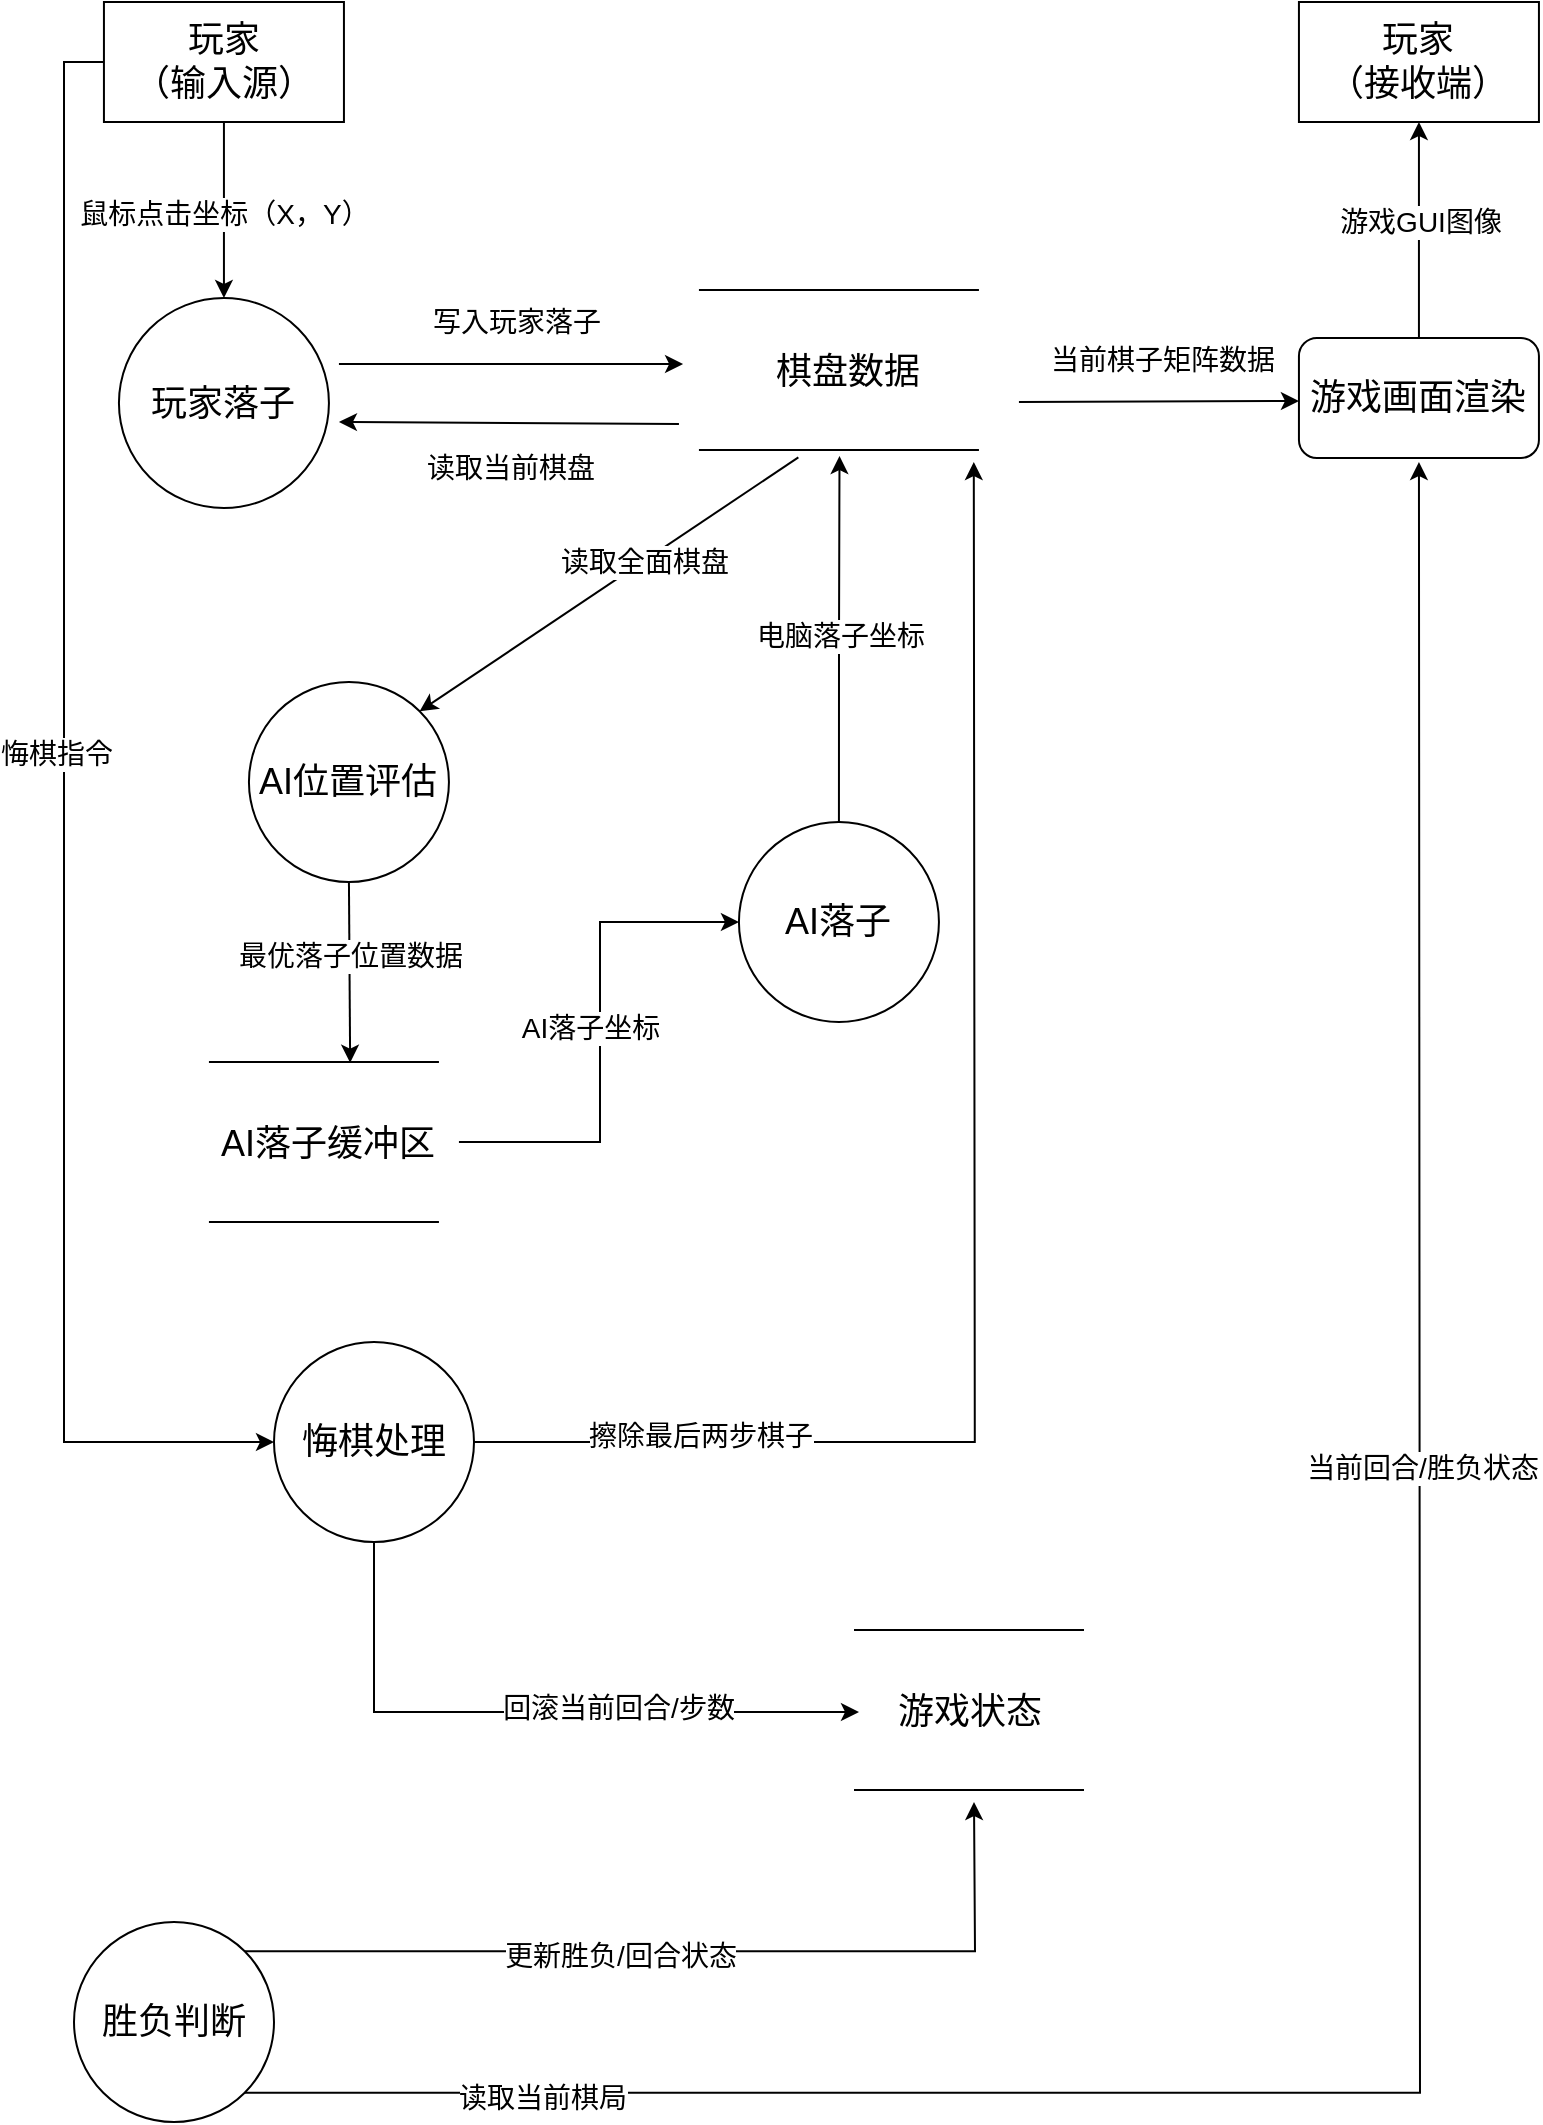
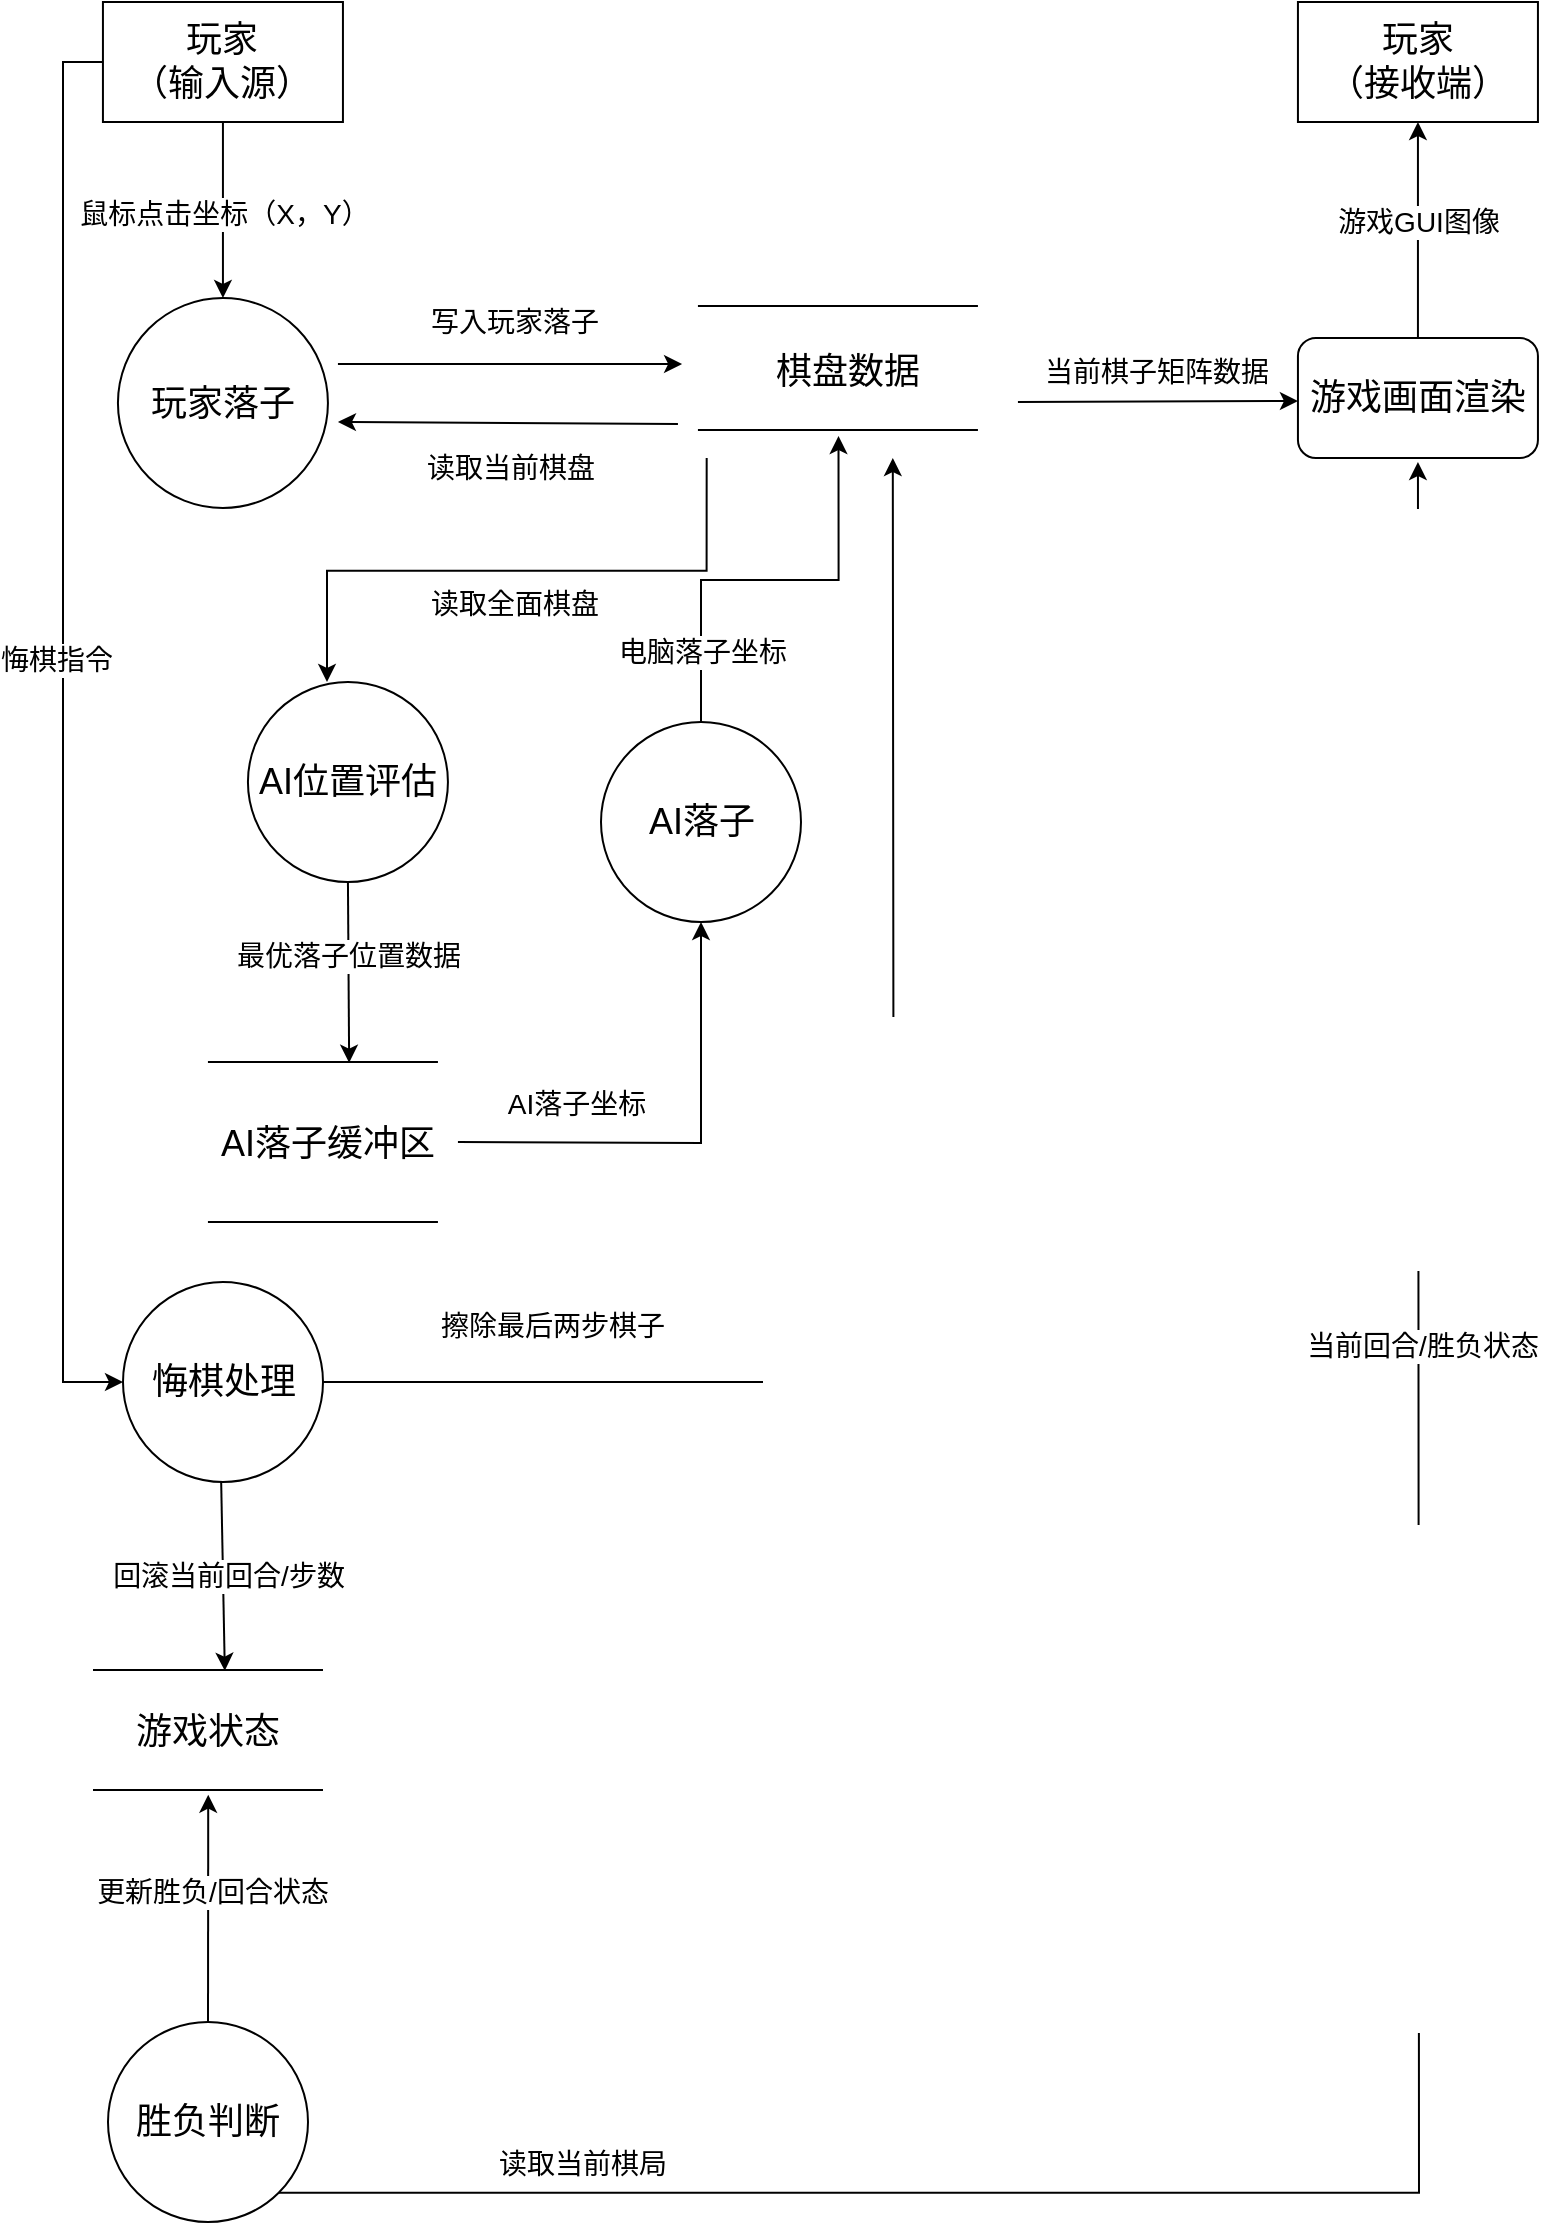
<mxfile host="app.diagrams.net">
  <diagram name="Page-1" id="hryGj0KzSXnJhMcqTr9-">
    <mxGraphModel dx="1201" dy="825" grid="1" gridSize="10" guides="1" tooltips="1" connect="1" arrows="1" fold="1" page="1" pageScale="1" pageWidth="827" pageHeight="1169" math="0" shadow="0">
      <root>
        <mxCell id="0" />
        <mxCell id="1" parent="0" />
        <mxCell id="fDHwApNMCYBN-XmplwMt-11" edge="1" parent="1" source="fDHwApNMCYBN-XmplwMt-3" style="edgeStyle=orthogonalEdgeStyle;rounded=0;orthogonalLoop=1;jettySize=auto;html=1;exitX=0.5;exitY=1;exitDx=0;exitDy=0;entryX=0.5;entryY=0;entryDx=0;entryDy=0;" target="SoA14i47H3jGXmkj97EN-22">
          <mxGeometry relative="1" as="geometry">
-             <mxPoint x="92.47" y="250" as="targetPoint" />
+             <mxPoint x="93.97" y="200" as="targetPoint" />
          </mxGeometry>
        </mxCell>
        <mxCell id="fDHwApNMCYBN-XmplwMt-12" connectable="0" parent="fDHwApNMCYBN-XmplwMt-11" style="edgeLabel;html=1;align=center;verticalAlign=middle;resizable=0;points=[];" value="&lt;font style=&quot;font-size: 14px;&quot;&gt;鼠标点击坐标（X，Y）&lt;/font&gt;" vertex="1">
          <mxGeometry relative="1" x="0.0364" as="geometry">
            <mxPoint as="offset" />
          </mxGeometry>
        </mxCell>
        <mxCell id="SoA14i47H3jGXmkj97EN-53" edge="1" parent="1" source="fDHwApNMCYBN-XmplwMt-3" style="edgeStyle=orthogonalEdgeStyle;rounded=0;orthogonalLoop=1;jettySize=auto;html=1;exitX=0;exitY=0.5;exitDx=0;exitDy=0;entryX=0;entryY=0.5;entryDx=0;entryDy=0;" target="SoA14i47H3jGXmkj97EN-41">
          <mxGeometry relative="1" as="geometry" />
        </mxCell>
        <mxCell id="SoA14i47H3jGXmkj97EN-54" connectable="0" parent="SoA14i47H3jGXmkj97EN-53" style="edgeLabel;html=1;align=center;verticalAlign=middle;resizable=0;points=[];" value="&lt;font style=&quot;font-size: 14px;&quot;&gt;悔棋指令&lt;/font&gt;" vertex="1">
          <mxGeometry relative="1" x="-0.1018" y="-4" as="geometry">
            <mxPoint as="offset" />
          </mxGeometry>
        </mxCell>
        <mxCell id="fDHwApNMCYBN-XmplwMt-3" parent="1" style="rounded=0;whiteSpace=wrap;html=1;" value="&lt;font style=&quot;font-size: 18px;&quot;&gt;玩家&lt;/font&gt;&lt;div&gt;&lt;font style=&quot;font-size: 18px;&quot;&gt;（输入源）&lt;/font&gt;&lt;/div&gt;" vertex="1">
-           <mxGeometry height="60" width="120" x="64.97" y="80" as="geometry" />
+           <mxGeometry height="60" width="120" x="66.47" y="30" as="geometry" />
        </mxCell>
        <mxCell id="SoA14i47H3jGXmkj97EN-37" edge="1" parent="1" source="fDHwApNMCYBN-XmplwMt-9" style="edgeStyle=orthogonalEdgeStyle;rounded=0;orthogonalLoop=1;jettySize=auto;html=1;exitX=0.5;exitY=0;exitDx=0;exitDy=0;entryX=0.5;entryY=1;entryDx=0;entryDy=0;" target="fDHwApNMCYBN-XmplwMt-10">
          <mxGeometry relative="1" as="geometry" />
        </mxCell>
        <mxCell id="SoA14i47H3jGXmkj97EN-38" connectable="0" parent="SoA14i47H3jGXmkj97EN-37" style="edgeLabel;html=1;align=center;verticalAlign=middle;resizable=0;points=[];" value="&lt;font style=&quot;font-size: 14px;&quot;&gt;游戏GUI图像&lt;/font&gt;" vertex="1">
          <mxGeometry relative="1" x="0.0741" as="geometry">
            <mxPoint as="offset" />
          </mxGeometry>
        </mxCell>
        <mxCell id="fDHwApNMCYBN-XmplwMt-9" parent="1" style="rounded=1;whiteSpace=wrap;html=1;" value="&lt;font style=&quot;font-size: 18px;&quot;&gt;游戏画面渲染&lt;/font&gt;" vertex="1">
-           <mxGeometry height="60" width="120" x="662.47" y="248" as="geometry" />
+           <mxGeometry height="60" width="120" x="663.97" y="198" as="geometry" />
        </mxCell>
        <mxCell id="fDHwApNMCYBN-XmplwMt-10" parent="1" style="rounded=0;whiteSpace=wrap;html=1;" value="&lt;span style=&quot;font-size: 18px;&quot;&gt;玩家&lt;/span&gt;&lt;div&gt;&lt;span style=&quot;font-size: 18px;&quot;&gt;（接收端）&lt;/span&gt;&lt;/div&gt;" vertex="1">
-           <mxGeometry height="60" width="120" x="662.47" y="80" as="geometry" />
+           <mxGeometry height="60" width="120" x="663.97" y="30" as="geometry" />
        </mxCell>
        <mxCell id="SoA14i47H3jGXmkj97EN-10" edge="1" parent="1" style="endArrow=classic;html=1;rounded=0;entryX=0.013;entryY=0.14;entryDx=0;entryDy=0;entryPerimeter=0;" value="">
          <mxGeometry height="50" relative="1" width="50" as="geometry">
-             <mxPoint x="182.47" y="261" as="sourcePoint" />
-             <mxPoint x="354.537" y="261" as="targetPoint" />
+             <mxPoint x="183.97" y="211" as="sourcePoint" />
+             <mxPoint x="356.037" y="211" as="targetPoint" />
          </mxGeometry>
        </mxCell>
        <mxCell id="SoA14i47H3jGXmkj97EN-11" connectable="0" parent="SoA14i47H3jGXmkj97EN-10" style="edgeLabel;html=1;align=center;verticalAlign=middle;resizable=0;points=[];" value="&lt;font style=&quot;font-size: 14px;&quot;&gt;写入玩家落子&lt;/font&gt;" vertex="1">
          <mxGeometry relative="1" x="0.0202" y="1" as="geometry">
            <mxPoint y="-20" as="offset" />
          </mxGeometry>
        </mxCell>
        <mxCell id="SoA14i47H3jGXmkj97EN-12" edge="1" parent="1" style="endArrow=classic;html=1;rounded=0;exitX=0.925;exitY=0;exitDx=0;exitDy=0;exitPerimeter=0;" value="">
          <mxGeometry height="50" relative="1" width="50" as="geometry">
-             <mxPoint x="352.46999999999997" y="291" as="sourcePoint" />
-             <mxPoint x="182.47" y="290" as="targetPoint" />
+             <mxPoint x="353.96999999999997" y="241" as="sourcePoint" />
+             <mxPoint x="183.97" y="240" as="targetPoint" />
          </mxGeometry>
        </mxCell>
        <mxCell id="SoA14i47H3jGXmkj97EN-13" connectable="0" parent="SoA14i47H3jGXmkj97EN-12" style="edgeLabel;html=1;align=center;verticalAlign=middle;resizable=0;points=[];" value="&lt;font style=&quot;font-size: 14px;&quot;&gt;读取当前棋盘&lt;/font&gt;&lt;div&gt;&lt;font style=&quot;font-size: 14px;&quot;&gt;&lt;br&gt;&lt;/font&gt;&lt;/div&gt;" vertex="1">
          <mxGeometry relative="1" x="0.0202" y="1" as="geometry">
            <mxPoint x="2" y="29" as="offset" />
          </mxGeometry>
        </mxCell>
-         <mxCell id="SoA14i47H3jGXmkj97EN-14" edge="1" parent="1" source="SoA14i47H3jGXmkj97EN-28" style="endArrow=classic;html=1;rounded=0;entryX=1;entryY=0;entryDx=0;entryDy=0;exitX=0.355;exitY=0.958;exitDx=0;exitDy=0;exitPerimeter=0;" target="SoA14i47H3jGXmkj97EN-23" value="">
-           <mxGeometry height="50" relative="1" width="50" as="geometry">
-             <mxPoint x="350.40299999999996" y="332" as="sourcePoint" />
-             <mxPoint x="92.47" y="410" as="targetPoint" />
+         <mxCell id="SoA14i47H3jGXmkj97EN-14" edge="1" parent="1" style="endArrow=classic;html=1;rounded=0;exitX=0.355;exitY=0.958;exitDx=0;exitDy=0;exitPerimeter=0;edgeStyle=orthogonalEdgeStyle;" value="">
+           <mxGeometry height="50" relative="1" width="50" as="geometry">
+             <Array as="points">
+               <mxPoint x="368.17" y="314.34" />
+               <mxPoint x="179.17000000000002" y="314.34" />
+             </Array>
+             <mxPoint x="368.3400000000001" y="258.00399999999996" as="sourcePoint" />
+             <mxPoint x="178.5" y="370" as="targetPoint" />
          </mxGeometry>
        </mxCell>
        <mxCell id="SoA14i47H3jGXmkj97EN-15" connectable="0" parent="SoA14i47H3jGXmkj97EN-14" style="edgeLabel;html=1;align=center;verticalAlign=middle;resizable=0;points=[];" value="&lt;font style=&quot;font-size: 14px;&quot;&gt;读取全面棋盘&lt;/font&gt;" vertex="1">
          <mxGeometry relative="1" x="-0.1782" as="geometry">
-             <mxPoint as="offset" />
+             <mxPoint x="-29" y="16" as="offset" />
          </mxGeometry>
        </mxCell>
        <mxCell id="SoA14i47H3jGXmkj97EN-16" edge="1" parent="1" style="endArrow=classic;html=1;rounded=0;entryX=0.013;entryY=0.14;entryDx=0;entryDy=0;entryPerimeter=0;" value="">
          <mxGeometry height="50" relative="1" width="50" as="geometry">
-             <mxPoint x="522.47" y="280" as="sourcePoint" />
-             <mxPoint x="662.4670000000001" y="279.5" as="targetPoint" />
+             <mxPoint x="523.97" y="230" as="sourcePoint" />
+             <mxPoint x="663.9670000000001" y="229.5" as="targetPoint" />
          </mxGeometry>
        </mxCell>
        <mxCell id="SoA14i47H3jGXmkj97EN-17" connectable="0" parent="SoA14i47H3jGXmkj97EN-16" style="edgeLabel;html=1;align=center;verticalAlign=middle;resizable=0;points=[];" value="&lt;span style=&quot;font-size: 14px;&quot;&gt;当前棋子矩阵数据&lt;/span&gt;" vertex="1">
          <mxGeometry relative="1" x="0.0202" y="1" as="geometry">
-             <mxPoint y="-20" as="offset" />
+             <mxPoint x="-3" y="-14" as="offset" />
          </mxGeometry>
        </mxCell>
        <mxCell id="SoA14i47H3jGXmkj97EN-22" parent="1" style="ellipse;whiteSpace=wrap;html=1;aspect=fixed;" value="&lt;font style=&quot;font-size: 18px;&quot;&gt;玩家落子&lt;/font&gt;" vertex="1">
-           <mxGeometry height="105" width="105" x="72.47" y="228" as="geometry" />
+           <mxGeometry height="105" width="105" x="73.97" y="178" as="geometry" />
        </mxCell>
        <mxCell id="SoA14i47H3jGXmkj97EN-23" parent="1" style="ellipse;whiteSpace=wrap;html=1;aspect=fixed;" value="&lt;font style=&quot;font-size: 18px;&quot;&gt;AI位置评估&lt;/font&gt;" vertex="1">
-           <mxGeometry height="100" width="100" x="137.47" y="420" as="geometry" />
+           <mxGeometry height="100" width="100" x="138.97" y="370" as="geometry" />
        </mxCell>
        <mxCell id="SoA14i47H3jGXmkj97EN-24" parent="1" style="ellipse;whiteSpace=wrap;html=1;aspect=fixed;" value="&lt;font style=&quot;font-size: 18px;&quot;&gt;AI落子&lt;/font&gt;" vertex="1">
-           <mxGeometry height="100" width="100" x="382.46999999999997" y="490" as="geometry" />
+           <mxGeometry height="100" width="100" x="315.5" y="390" as="geometry" />
        </mxCell>
        <mxCell id="SoA14i47H3jGXmkj97EN-39" edge="1" parent="1" source="SoA14i47H3jGXmkj97EN-25" style="edgeStyle=orthogonalEdgeStyle;rounded=0;orthogonalLoop=1;jettySize=auto;html=1;exitX=1;exitY=1;exitDx=0;exitDy=0;">
          <mxGeometry relative="1" as="geometry">
-             <mxPoint x="722.47" y="310" as="targetPoint" />
+             <mxPoint x="723.97" y="260" as="targetPoint" />
          </mxGeometry>
        </mxCell>
        <mxCell id="SoA14i47H3jGXmkj97EN-40" connectable="0" parent="SoA14i47H3jGXmkj97EN-39" style="edgeLabel;html=1;align=center;verticalAlign=middle;resizable=0;points=[];" value="&lt;font style=&quot;font-size: 14px;&quot;&gt;当前回合/胜负状态&lt;/font&gt;" vertex="1">
          <mxGeometry relative="1" x="0.2828" y="-1" as="geometry">
-             <mxPoint as="offset" />
+             <mxPoint y="-73" as="offset" />
          </mxGeometry>
        </mxCell>
        <mxCell id="SoA14i47H3jGXmkj97EN-52" connectable="0" parent="SoA14i47H3jGXmkj97EN-39" style="edgeLabel;html=1;align=center;verticalAlign=middle;resizable=0;points=[];" value="&lt;font style=&quot;font-size: 14px;&quot;&gt;读取当前棋局&lt;/font&gt;" vertex="1">
          <mxGeometry relative="1" x="-0.7892" y="-2" as="geometry">
-             <mxPoint as="offset" />
-           </mxGeometry>
-         </mxCell>
-         <mxCell id="SoA14i47H3jGXmkj97EN-60" edge="1" parent="1" source="SoA14i47H3jGXmkj97EN-25" style="edgeStyle=orthogonalEdgeStyle;rounded=0;orthogonalLoop=1;jettySize=auto;html=1;exitX=1;exitY=0;exitDx=0;exitDy=0;">
-           <mxGeometry relative="1" as="geometry">
-             <mxPoint x="500" y="980" as="targetPoint" />
+             <mxPoint y="-17" as="offset" />
+           </mxGeometry>
+         </mxCell>
+         <mxCell id="SoA14i47H3jGXmkj97EN-60" edge="1" parent="1" source="SoA14i47H3jGXmkj97EN-25" style="rounded=0;orthogonalLoop=1;jettySize=auto;html=1;exitX=0.5;exitY=0;exitDx=0;exitDy=0;entryX=0.501;entryY=0.792;entryDx=0;entryDy=0;entryPerimeter=0;" target="SoA14i47H3jGXmkj97EN-50">
+           <mxGeometry relative="1" as="geometry">
+             <mxPoint x="501.5" y="930" as="targetPoint" />
          </mxGeometry>
        </mxCell>
        <mxCell id="SoA14i47H3jGXmkj97EN-61" connectable="0" parent="SoA14i47H3jGXmkj97EN-60" style="edgeLabel;html=1;align=center;verticalAlign=middle;resizable=0;points=[];" value="&lt;font style=&quot;font-size: 14px;&quot;&gt;更新胜负/回合状态&lt;/font&gt;" vertex="1">
          <mxGeometry relative="1" x="-0.1486" y="-2" as="geometry">
-             <mxPoint as="offset" />
+             <mxPoint y="-17" as="offset" />
          </mxGeometry>
        </mxCell>
        <mxCell id="SoA14i47H3jGXmkj97EN-25" parent="1" style="ellipse;whiteSpace=wrap;html=1;aspect=fixed;" value="&lt;font style=&quot;font-size: 18px;&quot;&gt;胜负判断&lt;/font&gt;" vertex="1">
-           <mxGeometry height="100" width="100" x="49.99999999999994" y="1040" as="geometry" />
+           <mxGeometry height="100" width="100" x="68.99999999999994" y="1040" as="geometry" />
        </mxCell>
        <mxCell id="SoA14i47H3jGXmkj97EN-27" parent="1" style="line;strokeWidth=1;fillColor=none;align=left;verticalAlign=middle;spacingTop=-1;spacingLeft=3;spacingRight=3;rotatable=0;labelPosition=right;points=[];portConstraint=eastwest;strokeColor=inherit;" value="" vertex="1">
-           <mxGeometry height="8" width="140" x="362.46999999999997" y="220" as="geometry" />
+           <mxGeometry height="8" width="140" x="363.96999999999997" y="178" as="geometry" />
        </mxCell>
        <mxCell id="SoA14i47H3jGXmkj97EN-28" parent="1" style="line;strokeWidth=1;fillColor=none;align=left;verticalAlign=middle;spacingTop=-1;spacingLeft=3;spacingRight=3;rotatable=0;labelPosition=right;points=[];portConstraint=eastwest;strokeColor=inherit;" value="" vertex="1">
-           <mxGeometry height="8" width="140" x="362.46999999999997" y="300" as="geometry" />
+           <mxGeometry height="8" width="140" x="363.96999999999997" y="240" as="geometry" />
        </mxCell>
        <mxCell id="SoA14i47H3jGXmkj97EN-29" parent="1" style="text;html=1;whiteSpace=wrap;strokeColor=none;fillColor=none;align=center;verticalAlign=middle;rounded=0;" value="&lt;font style=&quot;font-size: 18px;&quot;&gt;棋盘数据&lt;/font&gt;" vertex="1">
-           <mxGeometry height="30" width="110" x="382.46999999999997" y="250" as="geometry" />
-         </mxCell>
-         <mxCell id="SoA14i47H3jGXmkj97EN-33" edge="1" parent="1" style="edgeStyle=orthogonalEdgeStyle;rounded=0;orthogonalLoop=1;jettySize=auto;html=1;entryX=0;entryY=0.5;entryDx=0;entryDy=0;" target="SoA14i47H3jGXmkj97EN-24">
-           <mxGeometry relative="1" as="geometry">
-             <Array as="points">
-               <mxPoint x="313" y="650" />
-               <mxPoint x="313" y="540" />
-             </Array>
-             <mxPoint x="242.47" y="650" as="sourcePoint" />
+           <mxGeometry height="30" width="110" x="383.96999999999997" y="200" as="geometry" />
+         </mxCell>
+         <mxCell id="SoA14i47H3jGXmkj97EN-33" edge="1" parent="1" style="rounded=0;orthogonalLoop=1;jettySize=auto;html=1;entryX=0.5;entryY=1;entryDx=0;entryDy=0;edgeStyle=orthogonalEdgeStyle;" target="SoA14i47H3jGXmkj97EN-24">
+           <mxGeometry relative="1" as="geometry">
+             <mxPoint x="243.97" y="600" as="sourcePoint" />
          </mxGeometry>
        </mxCell>
        <mxCell id="SoA14i47H3jGXmkj97EN-34" connectable="0" parent="SoA14i47H3jGXmkj97EN-33" style="edgeLabel;html=1;align=center;verticalAlign=middle;resizable=0;points=[];" value="&lt;font style=&quot;font-size: 14px;&quot;&gt;AI落子坐标&lt;/font&gt;" vertex="1">
          <mxGeometry relative="1" x="0.0204" y="5" as="geometry">
-             <mxPoint as="offset" />
+             <mxPoint x="-60" y="-15" as="offset" />
          </mxGeometry>
        </mxCell>
        <mxCell id="SoA14i47H3jGXmkj97EN-31" edge="1" parent="1" source="SoA14i47H3jGXmkj97EN-23" style="endArrow=classic;html=1;rounded=0;entryX=0.614;entryY=0.542;entryDx=0;entryDy=0;exitX=0.5;exitY=1;exitDx=0;exitDy=0;entryPerimeter=0;" target="SoA14i47H3jGXmkj97EN-42" value="">
          <mxGeometry height="50" relative="1" width="50" as="geometry">
-             <mxPoint x="450.40299999999996" y="360" as="sourcePoint" />
-             <mxPoint x="87.47" y="600" as="targetPoint" />
+             <mxPoint x="451.90299999999996" y="310" as="sourcePoint" />
+             <mxPoint x="88.97" y="550" as="targetPoint" />
          </mxGeometry>
        </mxCell>
        <mxCell id="SoA14i47H3jGXmkj97EN-32" connectable="0" parent="SoA14i47H3jGXmkj97EN-31" style="edgeLabel;html=1;align=center;verticalAlign=middle;resizable=0;points=[];" value="&lt;span style=&quot;font-size: 14px;&quot;&gt;最优落子位置数据&lt;/span&gt;" vertex="1">
          <mxGeometry relative="1" x="-0.1782" as="geometry">
            <mxPoint as="offset" />
          </mxGeometry>
        </mxCell>
        <mxCell id="SoA14i47H3jGXmkj97EN-35" edge="1" parent="1" source="SoA14i47H3jGXmkj97EN-24" style="edgeStyle=orthogonalEdgeStyle;rounded=0;orthogonalLoop=1;jettySize=auto;html=1;exitX=0.5;exitY=0;exitDx=0;exitDy=0;entryX=0.502;entryY=0.875;entryDx=0;entryDy=0;entryPerimeter=0;" target="SoA14i47H3jGXmkj97EN-28">
          <mxGeometry relative="1" as="geometry" />
        </mxCell>
        <mxCell id="SoA14i47H3jGXmkj97EN-36" connectable="0" parent="SoA14i47H3jGXmkj97EN-35" style="edgeLabel;html=1;align=center;verticalAlign=middle;resizable=0;points=[];" value="&lt;span style=&quot;font-size: 14px;&quot;&gt;电脑落子坐标&lt;/span&gt;" vertex="1">
          <mxGeometry relative="1" x="-0.0044" y="1" as="geometry">
-             <mxPoint y="-1" as="offset" />
+             <mxPoint x="-34" y="37" as="offset" />
          </mxGeometry>
        </mxCell>
        <mxCell id="SoA14i47H3jGXmkj97EN-55" edge="1" parent="1" source="SoA14i47H3jGXmkj97EN-41" style="edgeStyle=orthogonalEdgeStyle;rounded=0;orthogonalLoop=1;jettySize=auto;html=1;exitX=1;exitY=0.5;exitDx=0;exitDy=0;">
          <mxGeometry relative="1" as="geometry">
-             <mxPoint x="499.9" y="310" as="targetPoint" />
+             <mxPoint x="211.5" y="748" as="sourcePoint" />
+             <mxPoint x="461.4" y="258" as="targetPoint" />
          </mxGeometry>
        </mxCell>
        <mxCell id="SoA14i47H3jGXmkj97EN-57" connectable="0" parent="SoA14i47H3jGXmkj97EN-55" style="edgeLabel;html=1;align=center;verticalAlign=middle;resizable=0;points=[];" value="&lt;font style=&quot;font-size: 14px;&quot;&gt;擦除最后两步棋子&lt;/font&gt;" vertex="1">
          <mxGeometry relative="1" x="-0.6914" y="3" as="geometry">
-             <mxPoint x="-1" as="offset" />
-           </mxGeometry>
-         </mxCell>
-         <mxCell id="SoA14i47H3jGXmkj97EN-58" edge="1" parent="1" source="SoA14i47H3jGXmkj97EN-41" style="edgeStyle=orthogonalEdgeStyle;rounded=0;orthogonalLoop=1;jettySize=auto;html=1;exitX=0.5;exitY=1;exitDx=0;exitDy=0;entryX=0;entryY=0.5;entryDx=0;entryDy=0;" target="SoA14i47H3jGXmkj97EN-51">
-           <mxGeometry relative="1" as="geometry" />
+             <mxPoint x="-1" y="-25" as="offset" />
+           </mxGeometry>
+         </mxCell>
+         <mxCell id="SoA14i47H3jGXmkj97EN-58" edge="1" parent="1" style="rounded=0;orthogonalLoop=1;jettySize=auto;html=1;exitX=0.5;exitY=1;exitDx=0;exitDy=0;entryX=0.581;entryY=0.542;entryDx=0;entryDy=0;entryPerimeter=0;">
+           <mxGeometry relative="1" as="geometry">
+             <mxPoint x="125.59" y="770" as="sourcePoint" />
+             <mxPoint x="127.40500000000006" y="864.336" as="targetPoint" />
+           </mxGeometry>
        </mxCell>
        <mxCell id="SoA14i47H3jGXmkj97EN-59" connectable="0" parent="SoA14i47H3jGXmkj97EN-58" style="edgeLabel;html=1;align=center;verticalAlign=middle;resizable=0;points=[];" value="&lt;font style=&quot;font-size: 14px;&quot;&gt;回滚当前回合/步数&lt;/font&gt;" vertex="1">
          <mxGeometry relative="1" x="0.2601" y="2" as="geometry">
-             <mxPoint as="offset" />
+             <mxPoint y="-13" as="offset" />
          </mxGeometry>
        </mxCell>
        <mxCell id="SoA14i47H3jGXmkj97EN-41" parent="1" style="ellipse;whiteSpace=wrap;html=1;aspect=fixed;" value="&lt;font style=&quot;font-size: 18px;&quot;&gt;悔棋处理&lt;/font&gt;" vertex="1">
-           <mxGeometry height="100" width="100" x="150" y="750" as="geometry" />
+           <mxGeometry height="100" width="100" x="76.5" y="670" as="geometry" />
        </mxCell>
        <mxCell id="SoA14i47H3jGXmkj97EN-42" parent="1" style="line;strokeWidth=1;fillColor=none;align=left;verticalAlign=middle;spacingTop=-1;spacingLeft=3;spacingRight=3;rotatable=0;labelPosition=right;points=[];portConstraint=eastwest;strokeColor=inherit;" value="" vertex="1">
-           <mxGeometry height="8" width="115" x="117.47" y="606" as="geometry" />
+           <mxGeometry height="8" width="115" x="118.97" y="556" as="geometry" />
        </mxCell>
        <mxCell id="SoA14i47H3jGXmkj97EN-43" parent="1" style="line;strokeWidth=1;fillColor=none;align=left;verticalAlign=middle;spacingTop=-1;spacingLeft=3;spacingRight=3;rotatable=0;labelPosition=right;points=[];portConstraint=eastwest;strokeColor=inherit;" value="" vertex="1">
-           <mxGeometry height="8" width="115" x="117.47" y="686" as="geometry" />
+           <mxGeometry height="8" width="115" x="118.97" y="636" as="geometry" />
        </mxCell>
        <mxCell id="SoA14i47H3jGXmkj97EN-44" parent="1" style="text;html=1;whiteSpace=wrap;strokeColor=none;fillColor=none;align=center;verticalAlign=middle;rounded=0;" value="&lt;span style=&quot;font-size: 18px;&quot;&gt;AI落子缓冲区&lt;/span&gt;" vertex="1">
-           <mxGeometry height="30" width="110" x="122.47" y="636" as="geometry" />
+           <mxGeometry height="30" width="110" x="123.97" y="586" as="geometry" />
        </mxCell>
        <mxCell id="SoA14i47H3jGXmkj97EN-49" parent="1" style="line;strokeWidth=1;fillColor=none;align=left;verticalAlign=middle;spacingTop=-1;spacingLeft=3;spacingRight=3;rotatable=0;labelPosition=right;points=[];portConstraint=eastwest;strokeColor=inherit;" value="" vertex="1">
-           <mxGeometry height="8" width="115" x="440" y="890" as="geometry" />
+           <mxGeometry height="8" width="115" x="61.5" y="860" as="geometry" />
        </mxCell>
        <mxCell id="SoA14i47H3jGXmkj97EN-50" parent="1" style="line;strokeWidth=1;fillColor=none;align=left;verticalAlign=middle;spacingTop=-1;spacingLeft=3;spacingRight=3;rotatable=0;labelPosition=right;points=[];portConstraint=eastwest;strokeColor=inherit;" value="" vertex="1">
-           <mxGeometry height="8" width="115" x="440" y="970" as="geometry" />
+           <mxGeometry height="8" width="115" x="61.5" y="920" as="geometry" />
        </mxCell>
        <mxCell id="SoA14i47H3jGXmkj97EN-51" parent="1" style="text;html=1;whiteSpace=wrap;strokeColor=none;fillColor=none;align=center;verticalAlign=middle;rounded=0;" value="&lt;span style=&quot;font-size: 18px;&quot;&gt;游戏状态&lt;/span&gt;" vertex="1">
-           <mxGeometry height="30" width="110" x="442.5" y="920" as="geometry" />
+           <mxGeometry height="30" width="110" x="64" y="880" as="geometry" />
        </mxCell>
      </root>
    </mxGraphModel>
  </diagram>
</mxfile>
